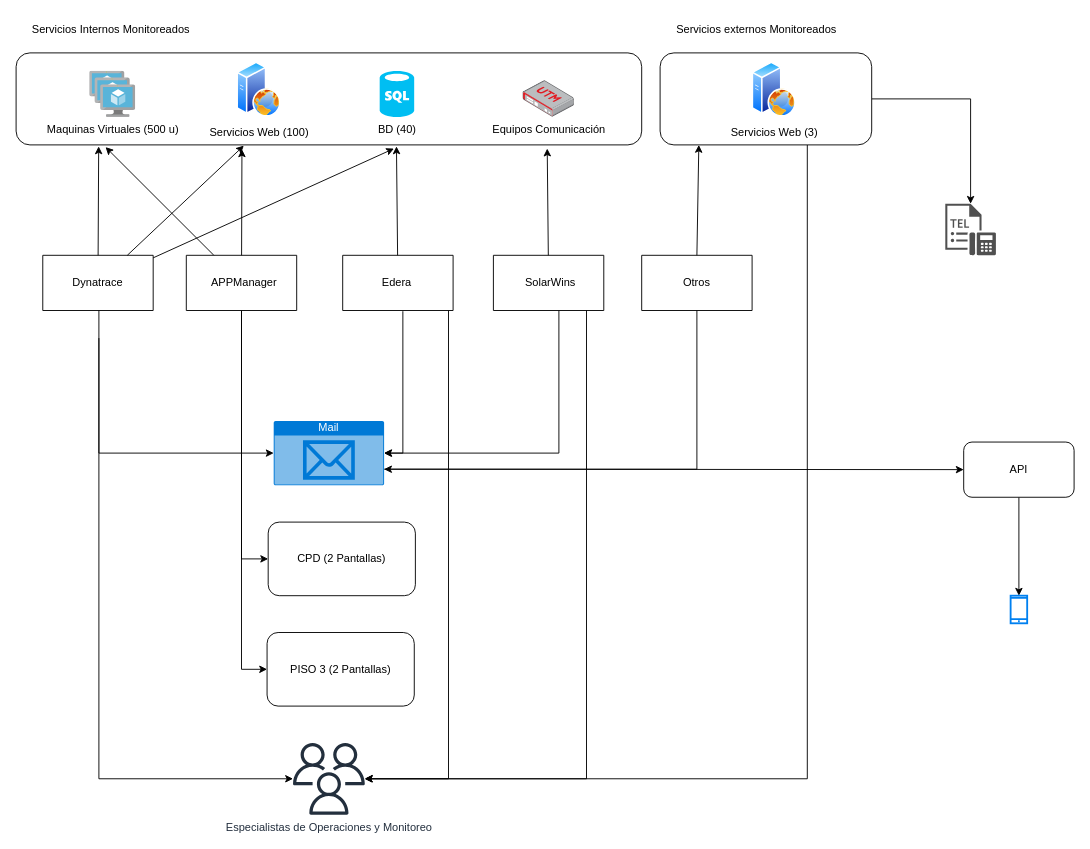
Above: monitoring.drawio in r3colecta/backend_r3colecta (draw.io), before the change. Source tidied: cells renumbered, new cells numbered last; positions are measured from the earlier drawing's top-left corner, leaving out a move shared by most shapes. Both pictures are drawn from the tidied source at 92%, with x=0, y=0 at pixel (16, 16).
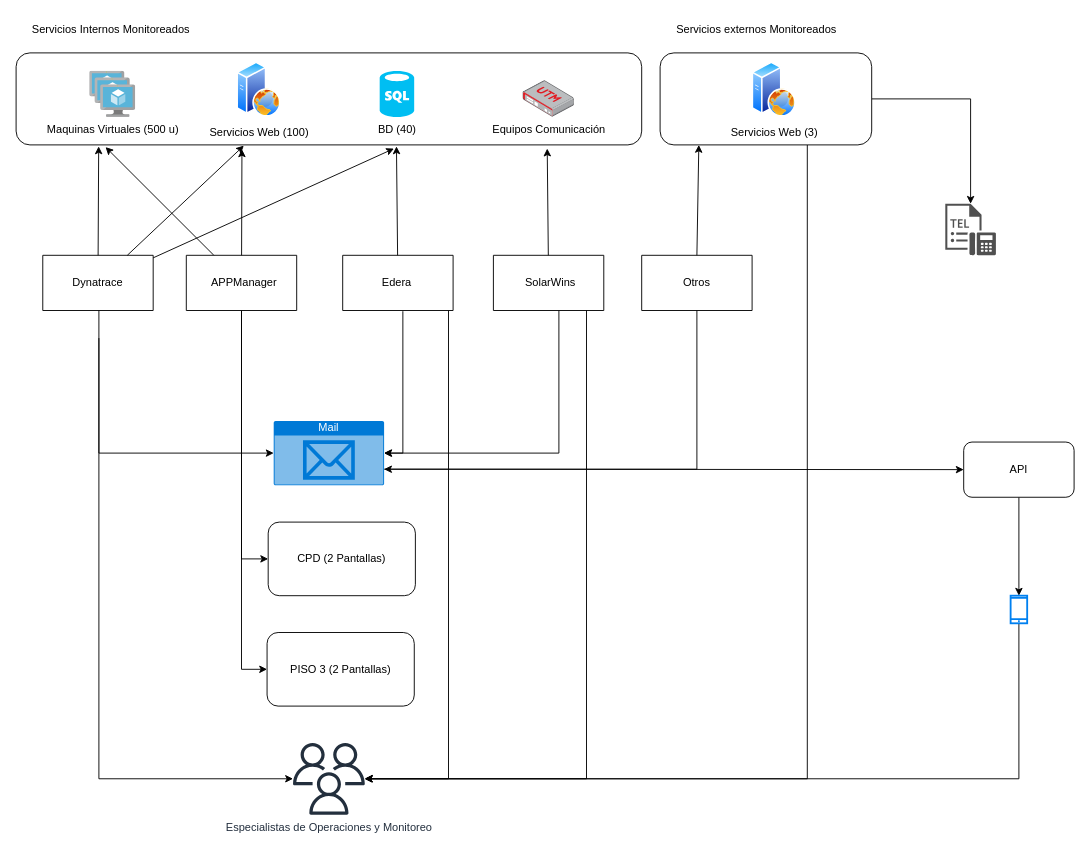
Above is the later version.

The change refers to these unchanged cells:
```xml
<mxCell id="39" value="Especialistas de Operaciones y Monitoreo" style="sketch=0;outlineConnect=0;fontColor=#232F3E;gradientColor=none;fillColor=#232F3D;strokeColor=none;dashed=0;verticalLabelPosition=bottom;verticalAlign=top;align=center;html=1;fontSize=12;fontStyle=0;shape=mxgraph.aws4.users;" parent="1" vertex="1">
  <mxGeometry x="301" y="790" width="78" height="78" as="geometry" />
</mxCell>
<mxCell id="47" style="html=1;verticalLabelPosition=bottom;align=center;labelBackgroundColor=#ffffff;verticalAlign=top;strokeWidth=2;strokeColor=#0080F0;shadow=0;dashed=0;shape=mxgraph.ios7.icons.smartphone;" parent="1" vertex="1">
  <mxGeometry x="1081" y="630" width="18" height="30" as="geometry" />
</mxCell>
```

Change to the diagram source:
```diff
@@
+    <mxCell id="49" style="edgeStyle=orthogonalEdgeStyle;rounded=0;jettySize=auto;html=1;" parent="1" edge="1" source="47" target="39">
+      <mxGeometry relative="1" as="geometry">
+        <Array as="points">
+          <mxPoint x="1090" y="829" />
+        </Array>
+      </mxGeometry>
+    </mxCell>
```
